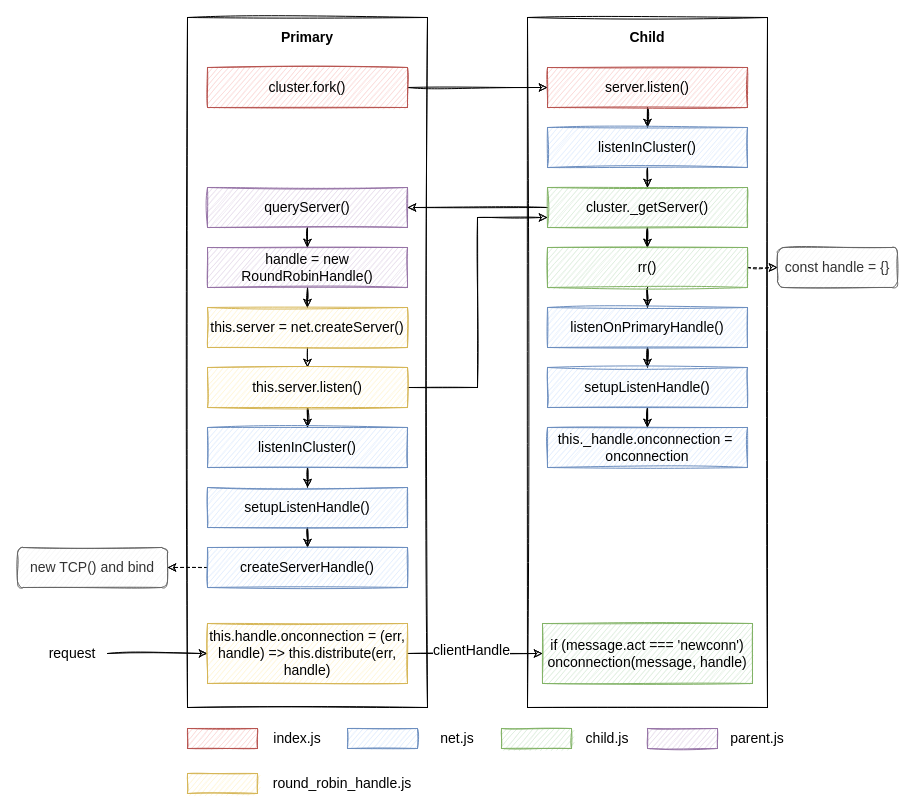
Before: page "第 2 页" (2 of 2) of source/_posts/nodejs-cluster-principle/sharedhandle.drawio in ParadeTo/blog, a draw.io diagram. Source tidied: cells renumbered, new cells numbered last; positions are measured from the earlier drawing's top-left corner, leaving out a move shared by most shapes. Both pictures are drawn from the tidied source at 100%, with x=0, y=0 at pixel (17, 17).
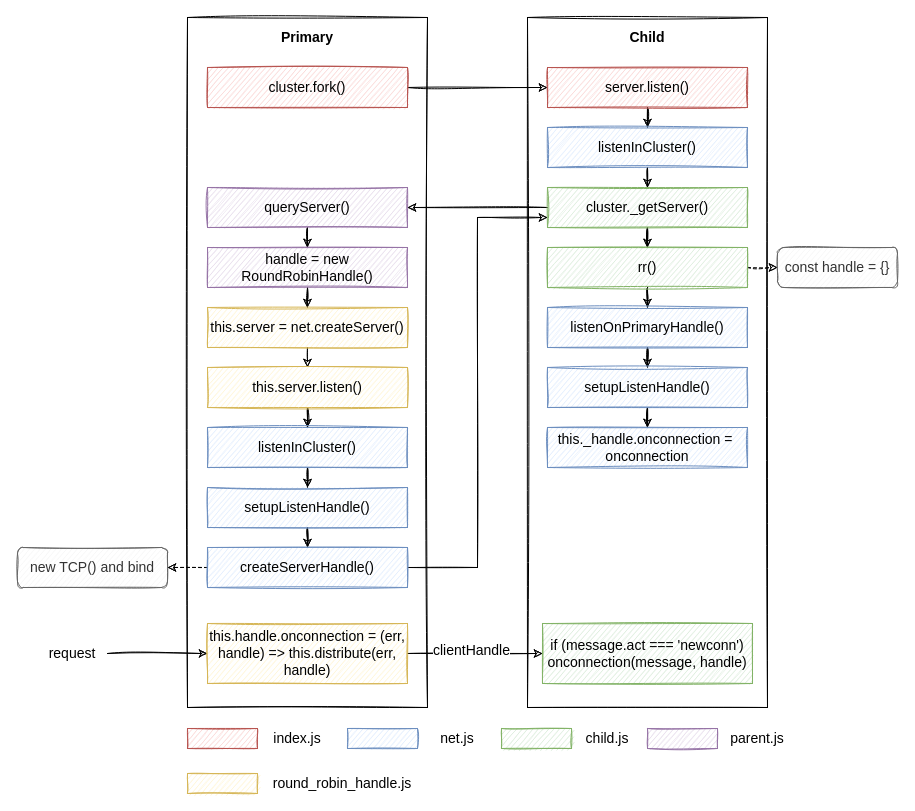
Above is the later version.

Unchanged cells that the change refers to:
```xml
<mxCell id="16" value="cluster._getServer()" style="text;html=1;align=center;verticalAlign=middle;whiteSpace=wrap;rounded=0;glass=0;sketch=1;fontFamily=Monoca;fontSize=14;strokeColor=#82b366;fillColor=#d5e8d4;" parent="1" vertex="1">
  <mxGeometry x="530" y="170" width="200" height="40" as="geometry" />
</mxCell>
<mxCell id="39" value="&lt;span style=&quot;font-size: 14px&quot;&gt;this.server.listen()&lt;/span&gt;" style="rounded=0;whiteSpace=wrap;html=1;fontFamily=Monoca;fillColor=#fff2cc;strokeColor=#d6b656;sketch=1;" parent="1" vertex="1">
  <mxGeometry x="190" y="350" width="200" height="40" as="geometry" />
</mxCell>
<mxCell id="47" value="&lt;span style=&quot;font-size: 14px&quot;&gt;createServerHandle()&lt;/span&gt;" style="rounded=0;whiteSpace=wrap;html=1;fontFamily=Monoca;fillColor=#dae8fc;strokeColor=#6c8ebf;sketch=1;" parent="1" vertex="1">
  <mxGeometry x="190" y="530" width="200" height="40" as="geometry" />
</mxCell>
```

What changed in the source:
```diff
@@
-    <mxCell id="27" style="edgeStyle=orthogonalEdgeStyle;rounded=0;jettySize=auto;html=1;entryX=0;entryY=0.75;entryDx=0;entryDy=0;fontFamily=Monoca;fontSize=14;exitX=1;exitY=0.5;exitDx=0;exitDy=0;sketch=1;" parent="1" edge="1" source="39" target="16">
+    <mxCell id="27" style="edgeStyle=orthogonalEdgeStyle;rounded=0;jettySize=auto;html=1;entryX=0;entryY=0.75;entryDx=0;entryDy=0;fontFamily=Monoca;fontSize=14;sketch=1;" parent="1" edge="1" source="47" target="16">
       <mxGeometry relative="1" as="geometry" />
     </mxCell>
```
